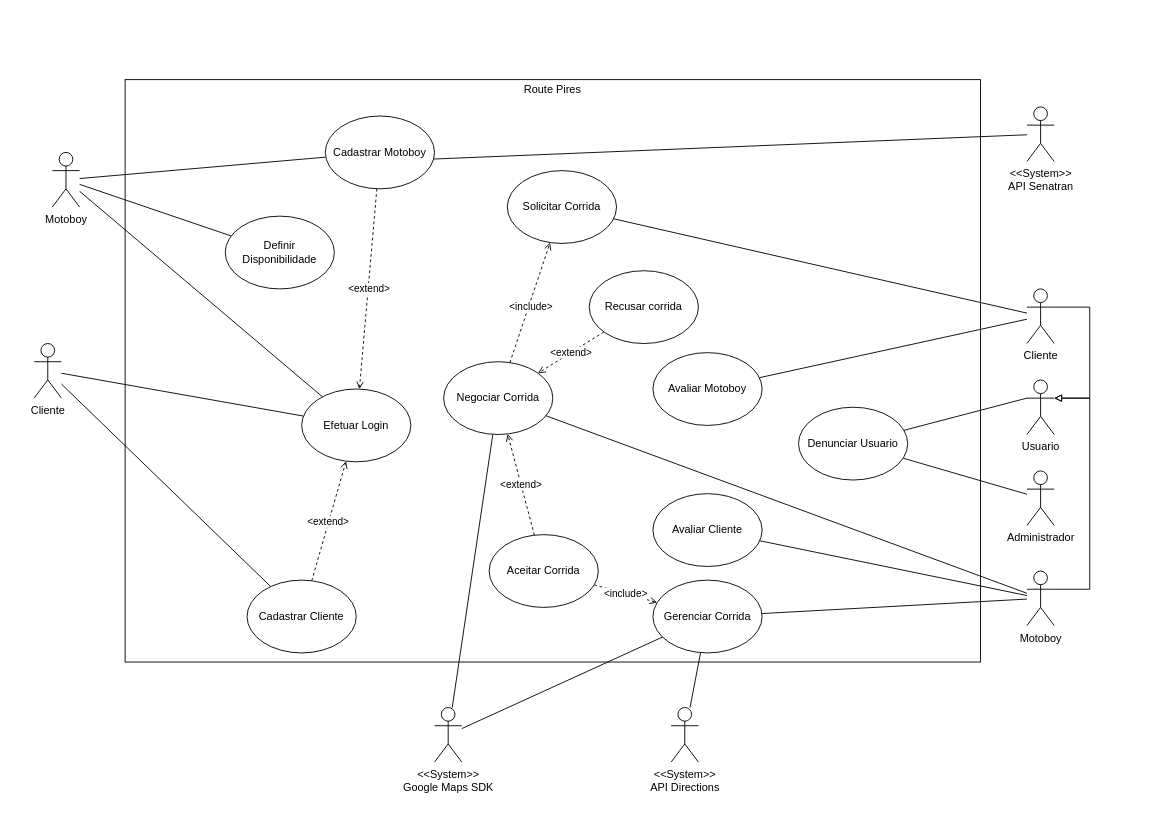
The draw.io diagram Diagrama_Caso_De_Uso_Route-Pires.drawio in josevictoraraujorojas/Route-Pires, before the edit. Source tidied: cells renumbered, new cells numbered last; positions are measured from the earlier drawing's top-left corner, leaving out a move shared by most shapes. Both pictures are drawn from the tidied source at 91%, with x=0, y=0 at pixel (34, 79).
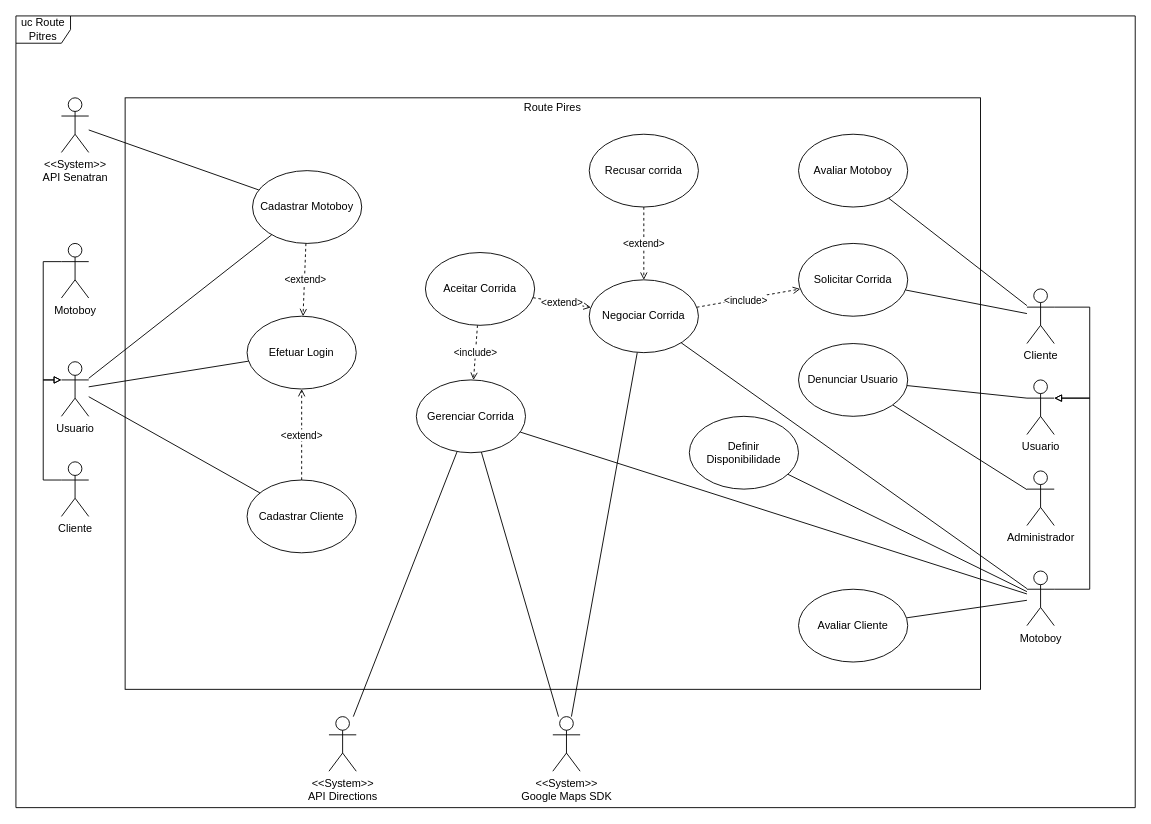
After the change.

Unchanged cells that the change refers to:
```xml
<mxCell id="40" value="Motoboy&lt;div&gt;&lt;br&gt;&lt;/div&gt;" style="shape=umlActor;verticalLabelPosition=bottom;verticalAlign=top;html=1;" parent="1" vertex="1">
  <mxGeometry x="1091" y="540" width="30" height="60" as="geometry" />
</mxCell>
```

What changed in the source:
```diff
@@
-    <mxCell id="2" value="&lt;p style=&quot;margin:0px;margin-top:4px;text-align:center;&quot;&gt;Route Pires&lt;/p&gt;" style="verticalAlign=top;align=left;overflow=fill;html=1;whiteSpace=wrap;" parent="1" vertex="1">
-      <mxGeometry x="100" width="940" height="640" as="geometry" />
+    <mxCell id="2" value="&lt;p style=&quot;margin:0px;margin-top:4px;text-align:center;&quot;&gt;Route Pires&lt;/p&gt;" style="verticalAlign=top;align=left;overflow=fill;html=1;whiteSpace=wrap;shadow=0;glass=0;" parent="1" vertex="1">
+      <mxGeometry x="100" y="20" width="940" height="650" as="geometry" />
     </mxCell>
-    <mxCell id="3" style="rounded=0;jettySize=auto;html=1;endArrow=none;startFill=0;" parent="1" edge="1" source="6" target="20">
-      <mxGeometry relative="1" as="geometry" />
-    </mxCell>
-    <mxCell id="4" style="rounded=0;jettySize=auto;html=1;endArrow=none;startFill=0;" parent="1" edge="1" source="6" target="24">
-      <mxGeometry relative="1" as="geometry" />
-    </mxCell>
-    <mxCell id="5" style="rounded=0;jettySize=auto;html=1;endArrow=none;startFill=0;" parent="1" edge="1" source="6" target="50">
-      <mxGeometry relative="1" as="geometry" />
-    </mxCell>
-    <mxCell id="6" value="Motoboy&lt;div&gt;&lt;br&gt;&lt;/div&gt;" style="shape=umlActor;verticalLabelPosition=bottom;verticalAlign=top;html=1;" parent="1" vertex="1">
-      <mxGeometry x="20" y="80" width="30" height="60" as="geometry" />
-    </mxCell>
-    <mxCell id="7" style="rounded=0;jettySize=auto;html=1;endArrow=none;startFill=0;" parent="1" edge="1" source="9" target="23">
-      <mxGeometry relative="1" as="geometry" />
-    </mxCell>
-    <mxCell id="8" style="rounded=0;jettySize=auto;html=1;endArrow=none;startFill=0;" parent="1" edge="1" source="9" target="24">
-      <mxGeometry relative="1" as="geometry" />
-    </mxCell>
-    <mxCell id="9" value="Cliente" style="shape=umlActor;verticalLabelPosition=bottom;verticalAlign=top;html=1;" parent="1" vertex="1">
-      <mxGeometry y="290" width="30" height="60" as="geometry" />
-    </mxCell>
@@
     <mxCell id="12" value="&amp;lt;&amp;lt;System&amp;gt;&amp;gt;&lt;div&gt;Google Maps SDK&lt;/div&gt;" style="shape=umlActor;verticalLabelPosition=bottom;verticalAlign=top;html=1;" parent="1" vertex="1">
-      <mxGeometry x="440" y="690" width="30" height="60" as="geometry" />
+      <mxGeometry x="570" y="700" width="30" height="60" as="geometry" />
     </mxCell>
@@
     <mxCell id="14" value="&amp;lt;&amp;lt;System&amp;gt;&amp;gt;&lt;div&gt;API Directions&lt;/div&gt;" style="shape=umlActor;verticalLabelPosition=bottom;verticalAlign=top;html=1;" parent="1" vertex="1">
-      <mxGeometry x="700" y="690" width="30" height="60" as="geometry" />
+      <mxGeometry x="324" y="700" width="30" height="60" as="geometry" />
     </mxCell>
-    <mxCell id="15" style="rounded=0;jettySize=auto;html=1;endArrow=none;startFill=0;" parent="1" edge="1" source="16">
-      <mxGeometry relative="1" as="geometry">
-        <mxPoint x="430.9" y="87.6" as="targetPoint" />
-      </mxGeometry>
+    <mxCell id="15" style="rounded=0;jettySize=auto;html=1;endArrow=none;startFill=0;" parent="1" edge="1" source="16" target="20">
+      <mxGeometry relative="1" as="geometry" />
     </mxCell>
     <mxCell id="16" value="&amp;lt;&amp;lt;System&amp;gt;&amp;gt;&lt;div&gt;API Senatran&lt;/div&gt;" style="shape=umlActor;verticalLabelPosition=bottom;verticalAlign=top;html=1;" parent="1" vertex="1">
-      <mxGeometry x="1091" y="30" width="30" height="60" as="geometry" />
+      <mxGeometry x="30" y="20" width="30" height="60" as="geometry" />
     </mxCell>
@@
     <mxCell id="20" value="Cadastrar Motoboy" style="ellipse;whiteSpace=wrap;html=1;" parent="1" vertex="1">
-      <mxGeometry x="320" y="40" width="120" height="80" as="geometry" />
+      <mxGeometry x="240" y="100" width="120" height="80" as="geometry" />
     </mxCell>
@@
     <mxCell id="23" value="Cadastrar Cliente" style="ellipse;whiteSpace=wrap;html=1;" parent="1" vertex="1">
-      <mxGeometry x="234" y="550" width="120" height="80" as="geometry" />
+      <mxGeometry x="234" y="440" width="120" height="80" as="geometry" />
     </mxCell>
     <mxCell id="24" value="Efetuar Login" style="ellipse;whiteSpace=wrap;html=1;" parent="1" vertex="1">
-      <mxGeometry x="294" y="340" width="120" height="80" as="geometry" />
+      <mxGeometry x="234" y="260" width="120" height="80" as="geometry" />
     </mxCell>
@@
     <mxCell id="28" value="Solicitar Corrida" style="ellipse;whiteSpace=wrap;html=1;" parent="1" vertex="1">
-      <mxGeometry x="520" y="100" width="120" height="80" as="geometry" />
+      <mxGeometry x="840" y="180" width="120" height="80" as="geometry" />
     </mxCell>
@@
     <mxCell id="31" value="Negociar Corrida" style="ellipse;whiteSpace=wrap;html=1;" parent="1" vertex="1">
-      <mxGeometry x="450" y="310" width="120" height="80" as="geometry" />
+      <mxGeometry x="610" y="220" width="120" height="80" as="geometry" />
     </mxCell>
@@
     <mxCell id="33" value="&lt;div&gt;Recusar corrida&lt;/div&gt;" style="ellipse;whiteSpace=wrap;html=1;" parent="1" vertex="1">
-      <mxGeometry x="610" y="210" width="120" height="80" as="geometry" />
+      <mxGeometry x="610" y="60" width="120" height="80" as="geometry" />
     </mxCell>
@@
     <mxCell id="36" value="Aceitar Corrida" style="ellipse;whiteSpace=wrap;html=1;" parent="1" vertex="1">
-      <mxGeometry x="500" y="500" width="120" height="80" as="geometry" />
+      <mxGeometry x="430" y="190" width="120" height="80" as="geometry" />
     </mxCell>
@@
+    <mxCell id="51" style="rounded=0;jettySize=auto;html=1;endArrow=none;startFill=0;" parent="1" edge="1" source="40" target="50">
+      <mxGeometry relative="1" as="geometry" />
+    </mxCell>
@@
     <mxCell id="41" value="Gerenciar Corrida" style="ellipse;whiteSpace=wrap;html=1;" parent="1" vertex="1">
-      <mxGeometry x="680" y="550" width="120" height="80" as="geometry" />
+      <mxGeometry x="420" y="330" width="120" height="80" as="geometry" />
     </mxCell>
     <mxCell id="42" value="Avaliar Motoboy" style="ellipse;whiteSpace=wrap;html=1;" parent="1" vertex="1">
-      <mxGeometry x="680" y="300" width="120" height="80" as="geometry" />
+      <mxGeometry x="840" y="60" width="120" height="80" as="geometry" />
     </mxCell>
     <mxCell id="43" value="Avaliar Cliente" style="ellipse;whiteSpace=wrap;html=1;" parent="1" vertex="1">
-      <mxGeometry x="680" y="455" width="120" height="80" as="geometry" />
+      <mxGeometry x="840" y="560" width="120" height="80" as="geometry" />
     </mxCell>
     <mxCell id="44" value="Denunciar Usuario" style="ellipse;whiteSpace=wrap;html=1;" parent="1" vertex="1">
-      <mxGeometry x="840" y="360" width="120" height="80" as="geometry" />
+      <mxGeometry x="840" y="290" width="120" height="80" as="geometry" />
     </mxCell>
@@
     <mxCell id="50" value="Definir Disponibilidade" style="ellipse;whiteSpace=wrap;html=1;" parent="1" vertex="1">
-      <mxGeometry x="210" y="150" width="120" height="80" as="geometry" />
+      <mxGeometry x="720" y="370" width="120" height="80" as="geometry" />
     </mxCell>
+    <mxCell id="52" value="uc Route Pitres" style="shape=umlFrame;whiteSpace=wrap;html=1;" parent="1" vertex="1">
+      <mxGeometry x="-20" y="-70" width="1230" height="870" as="geometry" />
+    </mxCell>
+    <mxCell id="9" value="Cliente" style="shape=umlActor;verticalLabelPosition=bottom;verticalAlign=top;html=1;" parent="1" vertex="1">
+      <mxGeometry x="30" y="420" width="30" height="60" as="geometry" />
+    </mxCell>
+    <mxCell id="53" style="edgeStyle=orthogonalEdgeStyle;rounded=0;jettySize=auto;html=1;entryX=0;entryY=0.3333333333333333;entryDx=0;entryDy=0;entryPerimeter=0;exitX=0;exitY=0.3333333333333333;exitDx=0;exitDy=0;exitPerimeter=0;endArrow=block;endFill=0;" parent="1" edge="1" source="6" target="57">
+      <mxGeometry relative="1" as="geometry" />
+    </mxCell>
+    <mxCell id="6" value="Motoboy&lt;div&gt;&lt;br&gt;&lt;/div&gt;" style="shape=umlActor;verticalLabelPosition=bottom;verticalAlign=top;html=1;" parent="1" vertex="1">
+      <mxGeometry x="30" y="180" width="30" height="60" as="geometry" />
+    </mxCell>
+    <mxCell id="54" style="rounded=0;jettySize=auto;html=1;endArrow=none;startFill=0;" parent="1" edge="1" source="57" target="24">
+      <mxGeometry relative="1" as="geometry" />
+    </mxCell>
+    <mxCell id="55" style="rounded=0;jettySize=auto;html=1;endArrow=none;startFill=0;" parent="1" edge="1" source="57" target="20">
+      <mxGeometry relative="1" as="geometry" />
+    </mxCell>
+    <mxCell id="56" style="rounded=0;jettySize=auto;html=1;endArrow=none;endFill=1;startFill=0;" parent="1" edge="1" source="57" target="23">
+      <mxGeometry relative="1" as="geometry" />
+    </mxCell>
+    <mxCell id="57" value="Usuario" style="shape=umlActor;verticalLabelPosition=bottom;verticalAlign=top;html=1;" parent="1" vertex="1">
+      <mxGeometry x="30" y="310" width="30" height="60" as="geometry" />
+    </mxCell>
+    <mxCell id="58" style="edgeStyle=orthogonalEdgeStyle;rounded=0;jettySize=auto;html=1;entryX=0;entryY=0.3333333333333333;entryDx=0;entryDy=0;entryPerimeter=0;exitX=0;exitY=0.3333333333333333;exitDx=0;exitDy=0;exitPerimeter=0;endArrow=block;endFill=0;" parent="1" edge="1" source="9" target="57">
+      <mxGeometry relative="1" as="geometry" />
+    </mxCell>
```
